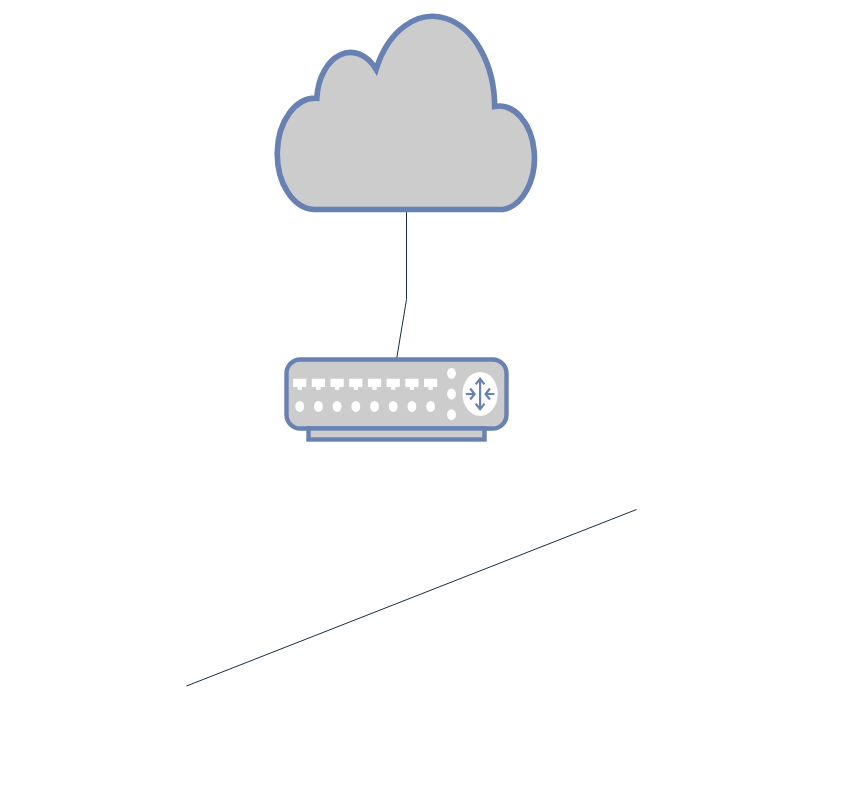
Before: Neth.drawio in jukogo/Neth, a draw.io diagram. Source tidied: cells renumbered, new cells numbered last; positions are measured from the earlier drawing's top-left corner, leaving out a move shared by most shapes. Both pictures are drawn from the tidied source at 100%, with x=0, y=0 at pixel (186, 9).
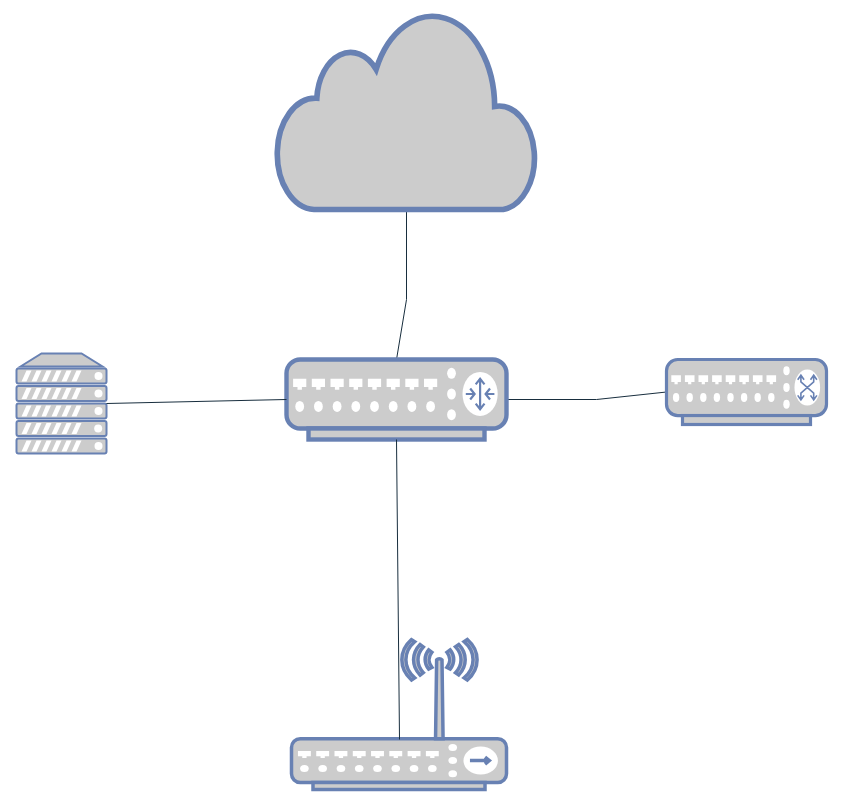
The same diagram, later.

What changed in the source:
```diff
@@
 <mxGraphModel>
   <root>
     <mxCell id="0" />
     <mxCell id="1" parent="0" />
     <mxCell id="2" style="edgeStyle=none;rounded=0;jettySize=auto;html=1;sourcePerimeterSpacing=10;endArrow=none;endFill=0;targetPerimeterSpacing=10;labelBackgroundColor=none;fontColor=default;strokeColor=#182E3E;exitX=0.5;exitY=1;exitDx=0;exitDy=0;exitPerimeter=0;entryX=0.5;entryY=0;entryDx=0;entryDy=0;entryPerimeter=0;" parent="1" edge="1" source="5" target="4">
       <mxGeometry relative="1" as="geometry">
         <Array as="points">
           <mxPoint x="220" y="290" />
         </Array>
       </mxGeometry>
     </mxCell>
-    <mxCell id="3" style="edgeStyle=none;rounded=0;orthogonalLoop=1;jettySize=auto;html=1;endArrow=none;endFill=0;sourcePerimeterSpacing=10;targetPerimeterSpacing=10;labelBackgroundColor=none;fontColor=default;strokeColor=#182E3E;" parent="1" edge="1">
+    <mxCell id="3" style="edgeStyle=none;rounded=0;jettySize=auto;html=1;endArrow=none;endFill=0;sourcePerimeterSpacing=10;targetPerimeterSpacing=10;labelBackgroundColor=none;fontColor=default;strokeColor=#182E3E;exitX=0;exitY=0.5;exitDx=0;exitDy=0;exitPerimeter=0;entryX=1;entryY=0.5;entryDx=0;entryDy=0;entryPerimeter=0;" parent="1" edge="1" source="6" target="4">
       <mxGeometry relative="1" as="geometry">
-        <mxPoint x="450" y="500" as="sourcePoint" />
-        <mxPoint y="676.5" as="targetPoint" />
+        <Array as="points">
+          <mxPoint x="410" y="390" />
+        </Array>
       </mxGeometry>
     </mxCell>
     <mxCell id="4" style="fontColor=#0066CC;verticalAlign=top;verticalLabelPosition=bottom;labelPosition=center;align=center;html=1;outlineConnect=0;fillColor=#CCCCCC;strokeColor=#6881B3;gradientColor=none;gradientDirection=north;strokeWidth=2;shape=mxgraph.networks.router;" parent="1" vertex="1">
       <mxGeometry x="100" y="350" width="220" height="80" as="geometry" />
     </mxCell>
     <mxCell id="5" style="html=1;outlineConnect=0;fillColor=#CCCCCC;strokeColor=#6881B3;gradientColor=none;gradientDirection=north;strokeWidth=2;shape=mxgraph.networks.cloud;fontColor=#ffffff;" parent="1" vertex="1">
       <mxGeometry x="90" width="260" height="200" as="geometry" />
     </mxCell>
+    <mxCell id="6" style="fontColor=#0066CC;verticalAlign=top;verticalLabelPosition=bottom;labelPosition=center;align=center;html=1;outlineConnect=0;fillColor=#CCCCCC;strokeColor=#6881B3;gradientColor=none;gradientDirection=north;strokeWidth=2;shape=mxgraph.networks.switch;" parent="1" vertex="1">
+      <mxGeometry x="480" y="350" width="160" height="65" as="geometry" />
+    </mxCell>
+    <mxCell id="7" style="fontColor=#0066CC;verticalAlign=top;verticalLabelPosition=bottom;labelPosition=center;align=center;html=1;outlineConnect=0;fillColor=#CCCCCC;strokeColor=#6881B3;gradientColor=none;gradientDirection=north;strokeWidth=2;shape=mxgraph.networks.server;" parent="1" vertex="1">
+      <mxGeometry x="-170" y="344" width="90" height="100" as="geometry" />
+    </mxCell>
+    <mxCell id="8" style="fontColor=#0066CC;verticalAlign=top;verticalLabelPosition=bottom;labelPosition=center;align=center;html=1;fillColor=#CCCCCC;strokeColor=#6881B3;gradientColor=none;gradientDirection=north;strokeWidth=2;shape=mxgraph.networks.wireless_hub;" parent="1" vertex="1">
+      <mxGeometry x="105" y="630" width="215" height="150" as="geometry" />
+    </mxCell>
+    <mxCell id="9" style="edgeStyle=none;rounded=0;jettySize=auto;html=1;endArrow=none;endFill=0;sourcePerimeterSpacing=10;targetPerimeterSpacing=10;labelBackgroundColor=none;fontColor=default;strokeColor=#182E3E;exitX=0.5;exitY=1;exitDx=0;exitDy=0;exitPerimeter=0;" parent="1" edge="1" source="4">
+      <mxGeometry relative="1" as="geometry">
+        <mxPoint x="213" y="730" as="targetPoint" />
+      </mxGeometry>
+    </mxCell>
+    <mxCell id="10" style="edgeStyle=none;rounded=0;jettySize=auto;html=1;endArrow=none;endFill=0;sourcePerimeterSpacing=10;targetPerimeterSpacing=10;labelBackgroundColor=none;fontColor=default;strokeColor=#182E3E;exitX=1;exitY=0.5;exitDx=0;exitDy=0;exitPerimeter=0;entryX=0;entryY=0.5;entryDx=0;entryDy=0;entryPerimeter=0;" parent="1" edge="1" source="7" target="4">
+      <mxGeometry relative="1" as="geometry" />
+    </mxCell>
   </root>
 </mxGraphModel>
```
